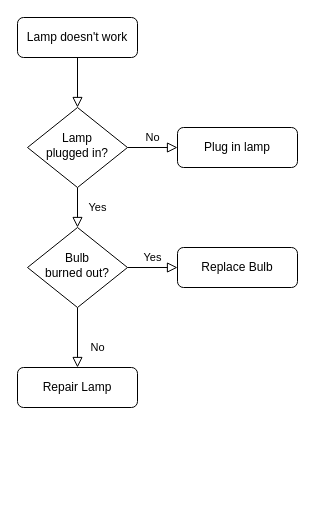
Above: 未命名绘图.drawio in zhuqlah/draw (draw.io), before the change. Source tidied: cells renumbered, new cells numbered last; positions are measured from the earlier drawing's top-left corner, leaving out a move shared by most shapes. Both pictures are drawn from the tidied source at 100%, with x=0, y=0 at pixel (17, 17).
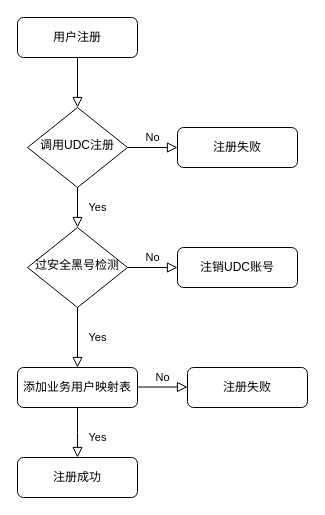
The same page after the edit.

Commit message:
更新未命名绘图.drawio

The edit, as a diff of the source:
```diff
@@
 <mxGraphModel>
   <root>
     <mxCell id="0" />
     <mxCell id="1" parent="0" />
     <mxCell id="2" style="rounded=0;html=1;jettySize=auto;fontSize=11;endArrow=block;endFill=0;endSize=8;strokeWidth=1;shadow=0;labelBackgroundColor=none;edgeStyle=orthogonalEdgeStyle;" parent="1" edge="1" source="3" target="6">
       <mxGeometry relative="1" as="geometry" />
     </mxCell>
-    <mxCell id="3" value="Lamp doesn't work" style="rounded=1;whiteSpace=wrap;html=1;fontSize=12;glass=0;strokeWidth=1;shadow=0;" parent="1" vertex="1">
+    <mxCell id="3" value="用户注册" style="rounded=1;whiteSpace=wrap;html=1;fontSize=12;glass=0;strokeWidth=1;shadow=0;" parent="1" vertex="1">
       <mxGeometry width="120" height="40" as="geometry" />
     </mxCell>
     <mxCell id="4" value="Yes" style="rounded=0;html=1;jettySize=auto;fontSize=11;endArrow=block;endFill=0;endSize=8;strokeWidth=1;shadow=0;labelBackgroundColor=none;edgeStyle=orthogonalEdgeStyle;" parent="1" edge="1" source="6" target="10">
       <mxGeometry y="20" relative="1" as="geometry" />
     </mxCell>
     <mxCell id="5" value="No" style="edgeStyle=orthogonalEdgeStyle;rounded=0;html=1;jettySize=auto;fontSize=11;endArrow=block;endFill=0;endSize=8;strokeWidth=1;shadow=0;labelBackgroundColor=none;" parent="1" edge="1" source="6" target="7">
       <mxGeometry y="10" relative="1" as="geometry" />
     </mxCell>
-    <mxCell id="6" value="Lamp&lt;br&gt;plugged in?" style="rhombus;whiteSpace=wrap;html=1;shadow=0;fontFamily=Helvetica;fontSize=12;align=center;strokeWidth=1;spacing=6;spacingTop=-4;" parent="1" vertex="1">
+    <mxCell id="6" value="调用UDC注册" style="rhombus;whiteSpace=wrap;html=1;shadow=0;fontFamily=Helvetica;fontSize=12;align=center;strokeWidth=1;spacing=6;spacingTop=-4;" parent="1" vertex="1">
       <mxGeometry x="10" y="90" width="100" height="80" as="geometry" />
     </mxCell>
-    <mxCell id="7" value="Plug in lamp" style="rounded=1;whiteSpace=wrap;html=1;fontSize=12;glass=0;strokeWidth=1;shadow=0;" parent="1" vertex="1">
+    <mxCell id="7" value="注册失败" style="rounded=1;whiteSpace=wrap;html=1;fontSize=12;glass=0;strokeWidth=1;shadow=0;" parent="1" vertex="1">
       <mxGeometry x="160" y="110" width="120" height="40" as="geometry" />
     </mxCell>
-    <mxCell id="8" value="No" style="rounded=0;html=1;jettySize=auto;fontSize=11;endArrow=block;endFill=0;endSize=8;strokeWidth=1;shadow=0;labelBackgroundColor=none;edgeStyle=orthogonalEdgeStyle;" parent="1" edge="1" source="10" target="11">
-      <mxGeometry x="0.33" y="20" relative="1" as="geometry" />
+    <mxCell id="8" value="Yes" style="rounded=0;html=1;jettySize=auto;fontSize=11;endArrow=block;endFill=0;endSize=8;strokeWidth=1;shadow=0;labelBackgroundColor=none;edgeStyle=orthogonalEdgeStyle;" parent="1" edge="1" source="10" target="11">
+      <mxGeometry y="20" relative="1" as="geometry" />
     </mxCell>
-    <mxCell id="9" value="Yes" style="edgeStyle=orthogonalEdgeStyle;rounded=0;html=1;jettySize=auto;fontSize=11;endArrow=block;endFill=0;endSize=8;strokeWidth=1;shadow=0;labelBackgroundColor=none;" parent="1" edge="1" source="10" target="12">
+    <mxCell id="9" value="No" style="edgeStyle=orthogonalEdgeStyle;rounded=0;html=1;jettySize=auto;fontSize=11;endArrow=block;endFill=0;endSize=8;strokeWidth=1;shadow=0;labelBackgroundColor=none;" parent="1" edge="1" source="10" target="12">
       <mxGeometry y="10" relative="1" as="geometry" />
     </mxCell>
-    <mxCell id="10" value="Bulb&lt;br&gt;burned out?" style="rhombus;whiteSpace=wrap;html=1;shadow=0;fontFamily=Helvetica;fontSize=12;align=center;strokeWidth=1;spacing=6;spacingTop=-4;" parent="1" vertex="1">
+    <mxCell id="10" value="过安全黑号检测" style="rhombus;whiteSpace=wrap;html=1;shadow=0;fontFamily=Helvetica;fontSize=12;align=center;strokeWidth=1;spacing=6;spacingTop=-4;" parent="1" vertex="1">
       <mxGeometry x="10" y="210" width="100" height="80" as="geometry" />
     </mxCell>
-    <mxCell id="11" value="Repair Lamp" style="rounded=1;whiteSpace=wrap;html=1;fontSize=12;glass=0;strokeWidth=1;shadow=0;" parent="1" vertex="1">
+    <mxCell id="11" value="添加业务用户映射表" style="rounded=1;whiteSpace=wrap;html=1;fontSize=12;glass=0;strokeWidth=1;shadow=0;" parent="1" vertex="1">
       <mxGeometry y="350" width="120" height="40" as="geometry" />
     </mxCell>
-    <mxCell id="12" value="Replace Bulb" style="rounded=1;whiteSpace=wrap;html=1;fontSize=12;glass=0;strokeWidth=1;shadow=0;" parent="1" vertex="1">
+    <mxCell id="12" value="注销UDC账号" style="rounded=1;whiteSpace=wrap;html=1;fontSize=12;glass=0;strokeWidth=1;shadow=0;" parent="1" vertex="1">
       <mxGeometry x="160" y="230" width="120" height="40" as="geometry" />
     </mxCell>
+    <mxCell id="13" value="No" style="edgeStyle=orthogonalEdgeStyle;rounded=0;html=1;jettySize=auto;orthogonalLoop=1;fontSize=11;endArrow=block;endFill=0;endSize=8;strokeWidth=1;shadow=0;labelBackgroundColor=none;" parent="1" edge="1">
+      <mxGeometry y="10" relative="1" as="geometry">
+        <mxPoint x="120" y="369.5" as="sourcePoint" />
+        <mxPoint x="170" y="369.5" as="targetPoint" />
+      </mxGeometry>
+    </mxCell>
+    <mxCell id="14" value="注册失败" style="rounded=1;whiteSpace=wrap;html=1;fontSize=12;glass=0;strokeWidth=1;shadow=0;" parent="1" vertex="1">
+      <mxGeometry x="170" y="350" width="120" height="40" as="geometry" />
+    </mxCell>
+    <mxCell id="15" value="Yes" style="rounded=0;html=1;jettySize=auto;fontSize=11;endArrow=block;endFill=0;endSize=8;strokeWidth=1;shadow=0;labelBackgroundColor=none;edgeStyle=orthogonalEdgeStyle;exitX=0.5;exitY=1;exitDx=0;exitDy=0;" parent="1" edge="1" source="11">
+      <mxGeometry x="0.19" y="20" relative="1" as="geometry">
+        <mxPoint x="60" y="440" as="targetPoint" />
+      </mxGeometry>
+    </mxCell>
+    <mxCell id="16" value="注册成功" style="rounded=1;whiteSpace=wrap;html=1;fontSize=12;glass=0;strokeWidth=1;shadow=0;" parent="1" vertex="1">
+      <mxGeometry y="440" width="120" height="40" as="geometry" />
+    </mxCell>
   </root>
 </mxGraphModel>
```
